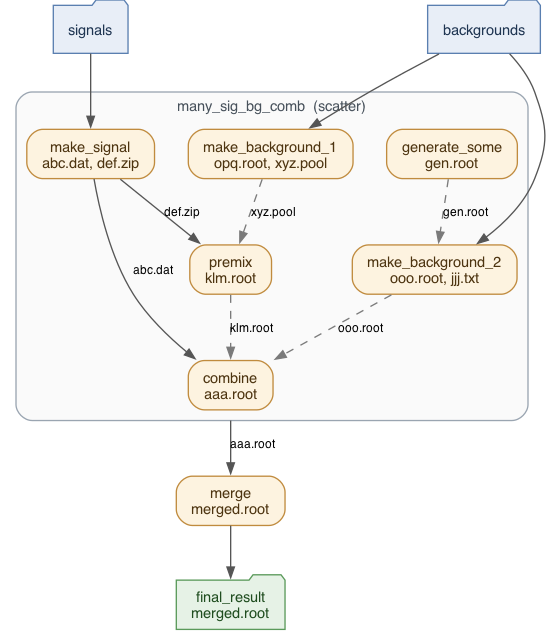
Earlier version of the Graphviz export docs/source/client/native_workflow/images/pchain_native_dag_scatter_sig_bg_comb_wfd.png (PanDAWMS/panda-docs). Its source is kept beside it as docs/source/client/native_workflow/dag/pchain_native_dag_scatter_sig_bg_comb_wfd.dot.
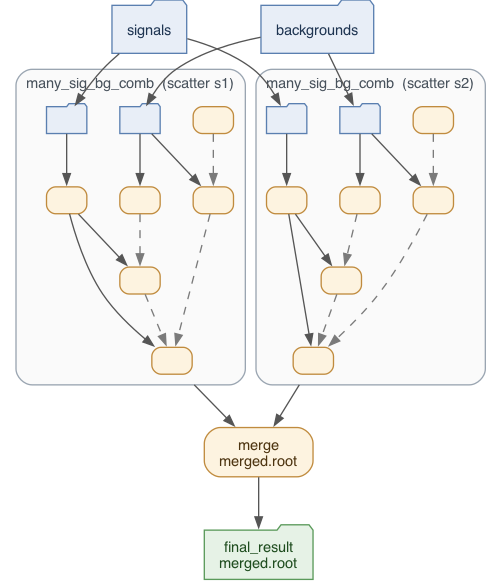
After the change.

Commit message:
improve scatter image of native workflow

The edit, as a diff of the source:
```diff
@@ -7,27 +7,55 @@
 
   "in_signals" [label="signals", shape=folder, style=filled, fillcolor="#e8eef7", color="#5a7fb0", fontcolor="#1f3552"];
   "in_backgrounds" [label="backgrounds", shape=folder, style=filled, fillcolor="#e8eef7", color="#5a7fb0", fontcolor="#1f3552"];
-  subgraph "cluster_many_sig_bg_comb" {
-    label="many_sig_bg_comb  (scatter)";
+  subgraph "cluster_many_sig_bg_comb_s1" {
+    label="many_sig_bg_comb  (scatter s1)";
     graph [style="rounded,filled", fillcolor="#fafafa", color="#9aa5b1", fontcolor="#48525c", fontsize=11];
-    "many_sig_bg_comb__make_signal" [label="make_signal\nabc.dat, def.zip", shape=box, style="rounded,filled", fillcolor="#fdf3e0", color="#c08b3e", fontcolor="#4d3410"];
-    "many_sig_bg_comb__make_background_1" [label="make_background_1\nopq.root, xyz.pool", shape=box, style="rounded,filled", fillcolor="#fdf3e0", color="#c08b3e", fontcolor="#4d3410"];
-    "many_sig_bg_comb__generate_some" [label="generate_some\ngen.root", shape=box, style="rounded,filled", fillcolor="#fdf3e0", color="#c08b3e", fontcolor="#4d3410"];
-    "many_sig_bg_comb__premix" [label="premix\nklm.root", shape=box, style="rounded,filled", fillcolor="#fdf3e0", color="#c08b3e", fontcolor="#4d3410"];
-    "many_sig_bg_comb__make_background_2" [label="make_background_2\nooo.root, jjj.txt", shape=box, style="rounded,filled", fillcolor="#fdf3e0", color="#c08b3e", fontcolor="#4d3410"];
-    "many_sig_bg_comb__combine" [label="combine\naaa.root", shape=box, style="rounded,filled", fillcolor="#fdf3e0", color="#c08b3e", fontcolor="#4d3410"];
-    "many_sig_bg_comb__make_signal" -> "many_sig_bg_comb__premix" [label="def.zip"];
-    "many_sig_bg_comb__make_background_1" -> "many_sig_bg_comb__premix" [label="xyz.pool", style=dashed, color="#7a7a7a"];
-    "many_sig_bg_comb__generate_some" -> "many_sig_bg_comb__make_background_2" [label="gen.root", style=dashed, color="#7a7a7a"];
-    "many_sig_bg_comb__make_signal" -> "many_sig_bg_comb__combine" [label="abc.dat"];
-    "many_sig_bg_comb__premix" -> "many_sig_bg_comb__combine" [label="klm.root", style=dashed, color="#7a7a7a"];
-    "many_sig_bg_comb__make_background_2" -> "many_sig_bg_comb__combine" [label="ooo.root", style=dashed, color="#7a7a7a"];
+    "many_sig_bg_comb_s1__in_signal" [label="", fixedsize=true, width=0.42, height=0.28, shape=folder, style=filled, fillcolor="#e8eef7", color="#5a7fb0", fontcolor="#1f3552"];
+    "many_sig_bg_comb_s1__in_background" [label="", fixedsize=true, width=0.42, height=0.28, shape=folder, style=filled, fillcolor="#e8eef7", color="#5a7fb0", fontcolor="#1f3552"];
+    "many_sig_bg_comb_s1__make_signal" [label="", fixedsize=true, width=0.42, height=0.28, shape=box, style="rounded,filled", fillcolor="#fdf3e0", color="#c08b3e", fontcolor="#4d3410"];
+    "many_sig_bg_comb_s1__make_background_1" [label="", fixedsize=true, width=0.42, height=0.28, shape=box, style="rounded,filled", fillcolor="#fdf3e0", color="#c08b3e", fontcolor="#4d3410"];
+    "many_sig_bg_comb_s1__generate_some" [label="", fixedsize=true, width=0.42, height=0.28, shape=box, style="rounded,filled", fillcolor="#fdf3e0", color="#c08b3e", fontcolor="#4d3410"];
+    "many_sig_bg_comb_s1__premix" [label="", fixedsize=true, width=0.42, height=0.28, shape=box, style="rounded,filled", fillcolor="#fdf3e0", color="#c08b3e", fontcolor="#4d3410"];
+    "many_sig_bg_comb_s1__make_background_2" [label="", fixedsize=true, width=0.42, height=0.28, shape=box, style="rounded,filled", fillcolor="#fdf3e0", color="#c08b3e", fontcolor="#4d3410"];
+    "many_sig_bg_comb_s1__combine" [label="", fixedsize=true, width=0.42, height=0.28, shape=box, style="rounded,filled", fillcolor="#fdf3e0", color="#c08b3e", fontcolor="#4d3410"];
+    "many_sig_bg_comb_s1__in_signal" -> "many_sig_bg_comb_s1__make_signal";
+    "many_sig_bg_comb_s1__in_background" -> "many_sig_bg_comb_s1__make_background_1";
+    "many_sig_bg_comb_s1__make_signal" -> "many_sig_bg_comb_s1__premix";
+    "many_sig_bg_comb_s1__make_background_1" -> "many_sig_bg_comb_s1__premix" [style=dashed, color="#7a7a7a"];
+    "many_sig_bg_comb_s1__in_background" -> "many_sig_bg_comb_s1__make_background_2";
+    "many_sig_bg_comb_s1__generate_some" -> "many_sig_bg_comb_s1__make_background_2" [style=dashed, color="#7a7a7a"];
+    "many_sig_bg_comb_s1__make_signal" -> "many_sig_bg_comb_s1__combine";
+    "many_sig_bg_comb_s1__premix" -> "many_sig_bg_comb_s1__combine" [style=dashed, color="#7a7a7a"];
+    "many_sig_bg_comb_s1__make_background_2" -> "many_sig_bg_comb_s1__combine" [style=dashed, color="#7a7a7a"];
   }
-  "in_signals" -> "many_sig_bg_comb__make_signal";
-  "in_backgrounds" -> "many_sig_bg_comb__make_background_1";
-  "in_backgrounds" -> "many_sig_bg_comb__make_background_2";
+  "in_signals" -> "many_sig_bg_comb_s1__in_signal";
+  "in_backgrounds" -> "many_sig_bg_comb_s1__in_background";
+  subgraph "cluster_many_sig_bg_comb_s2" {
+    label="many_sig_bg_comb  (scatter s2)";
+    graph [style="rounded,filled", fillcolor="#fafafa", color="#9aa5b1", fontcolor="#48525c", fontsize=11];
+    "many_sig_bg_comb_s2__in_signal" [label="", fixedsize=true, width=0.42, height=0.28, shape=folder, style=filled, fillcolor="#e8eef7", color="#5a7fb0", fontcolor="#1f3552"];
+    "many_sig_bg_comb_s2__in_background" [label="", fixedsize=true, width=0.42, height=0.28, shape=folder, style=filled, fillcolor="#e8eef7", color="#5a7fb0", fontcolor="#1f3552"];
+    "many_sig_bg_comb_s2__make_signal" [label="", fixedsize=true, width=0.42, height=0.28, shape=box, style="rounded,filled", fillcolor="#fdf3e0", color="#c08b3e", fontcolor="#4d3410"];
+    "many_sig_bg_comb_s2__make_background_1" [label="", fixedsize=true, width=0.42, height=0.28, shape=box, style="rounded,filled", fillcolor="#fdf3e0", color="#c08b3e", fontcolor="#4d3410"];
+    "many_sig_bg_comb_s2__generate_some" [label="", fixedsize=true, width=0.42, height=0.28, shape=box, style="rounded,filled", fillcolor="#fdf3e0", color="#c08b3e", fontcolor="#4d3410"];
+    "many_sig_bg_comb_s2__premix" [label="", fixedsize=true, width=0.42, height=0.28, shape=box, style="rounded,filled", fillcolor="#fdf3e0", color="#c08b3e", fontcolor="#4d3410"];
+    "many_sig_bg_comb_s2__make_background_2" [label="", fixedsize=true, width=0.42, height=0.28, shape=box, style="rounded,filled", fillcolor="#fdf3e0", color="#c08b3e", fontcolor="#4d3410"];
+    "many_sig_bg_comb_s2__combine" [label="", fixedsize=true, width=0.42, height=0.28, shape=box, style="rounded,filled", fillcolor="#fdf3e0", color="#c08b3e", fontcolor="#4d3410"];
+    "many_sig_bg_comb_s2__in_signal" -> "many_sig_bg_comb_s2__make_signal";
+    "many_sig_bg_comb_s2__in_background" -> "many_sig_bg_comb_s2__make_background_1";
+    "many_sig_bg_comb_s2__make_signal" -> "many_sig_bg_comb_s2__premix";
+    "many_sig_bg_comb_s2__make_background_1" -> "many_sig_bg_comb_s2__premix" [style=dashed, color="#7a7a7a"];
+    "many_sig_bg_comb_s2__in_background" -> "many_sig_bg_comb_s2__make_background_2";
+    "many_sig_bg_comb_s2__generate_some" -> "many_sig_bg_comb_s2__make_background_2" [style=dashed, color="#7a7a7a"];
+    "many_sig_bg_comb_s2__make_signal" -> "many_sig_bg_comb_s2__combine";
+    "many_sig_bg_comb_s2__premix" -> "many_sig_bg_comb_s2__combine" [style=dashed, color="#7a7a7a"];
+    "many_sig_bg_comb_s2__make_background_2" -> "many_sig_bg_comb_s2__combine" [style=dashed, color="#7a7a7a"];
+  }
+  "in_signals" -> "many_sig_bg_comb_s2__in_signal";
+  "in_backgrounds" -> "many_sig_bg_comb_s2__in_background";
   "merge" [label="merge\nmerged.root", shape=box, style="rounded,filled", fillcolor="#fdf3e0", color="#c08b3e", fontcolor="#4d3410"];
-  "many_sig_bg_comb__combine" -> "merge" [label="aaa.root", ltail="cluster_many_sig_bg_comb"];
+  "many_sig_bg_comb_s1__combine" -> "merge" [ltail="cluster_many_sig_bg_comb_s1"];
+  "many_sig_bg_comb_s2__combine" -> "merge" [ltail="cluster_many_sig_bg_comb_s2"];
   "out_final_result" [label="final_result\nmerged.root", shape=folder, style=filled, fillcolor="#e6f2e6", color="#5a9a5a", fontcolor="#1f4d1f"];
   "merge" -> "out_final_result";
 }
```
